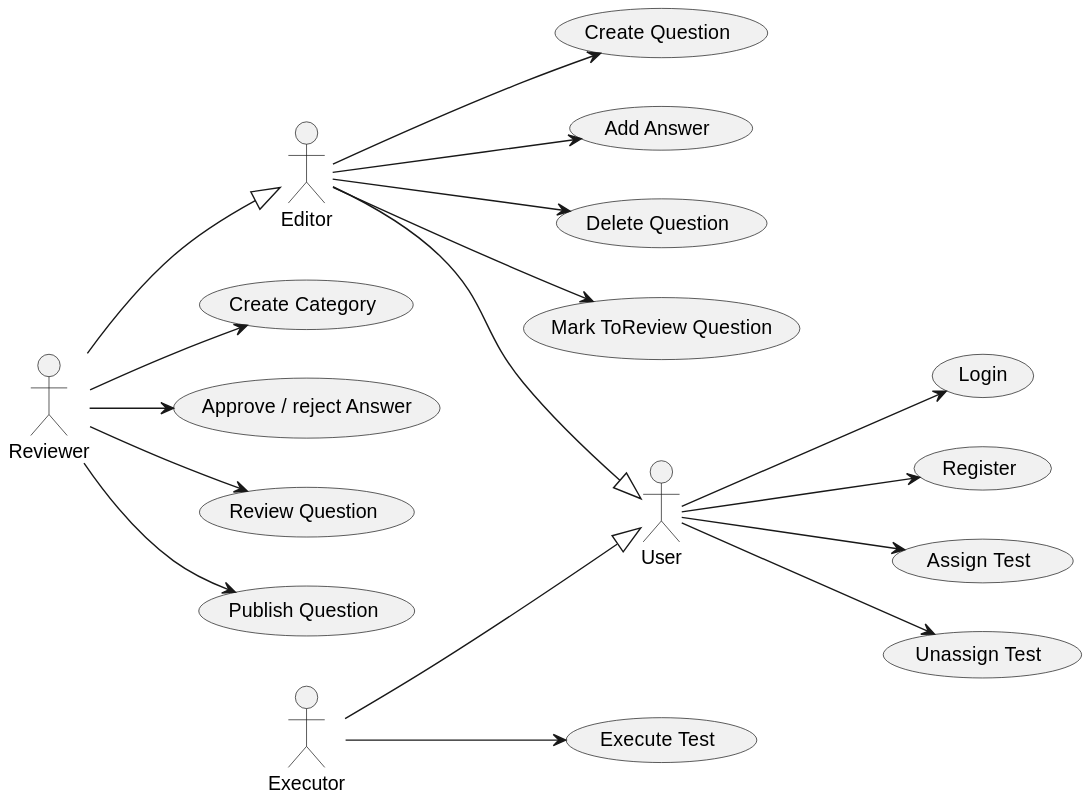
This is out/doc/useCases_app/useCases_app.svg from Joselon/ProyectoOpoTest, a PlantUML export, as it was before one commit.
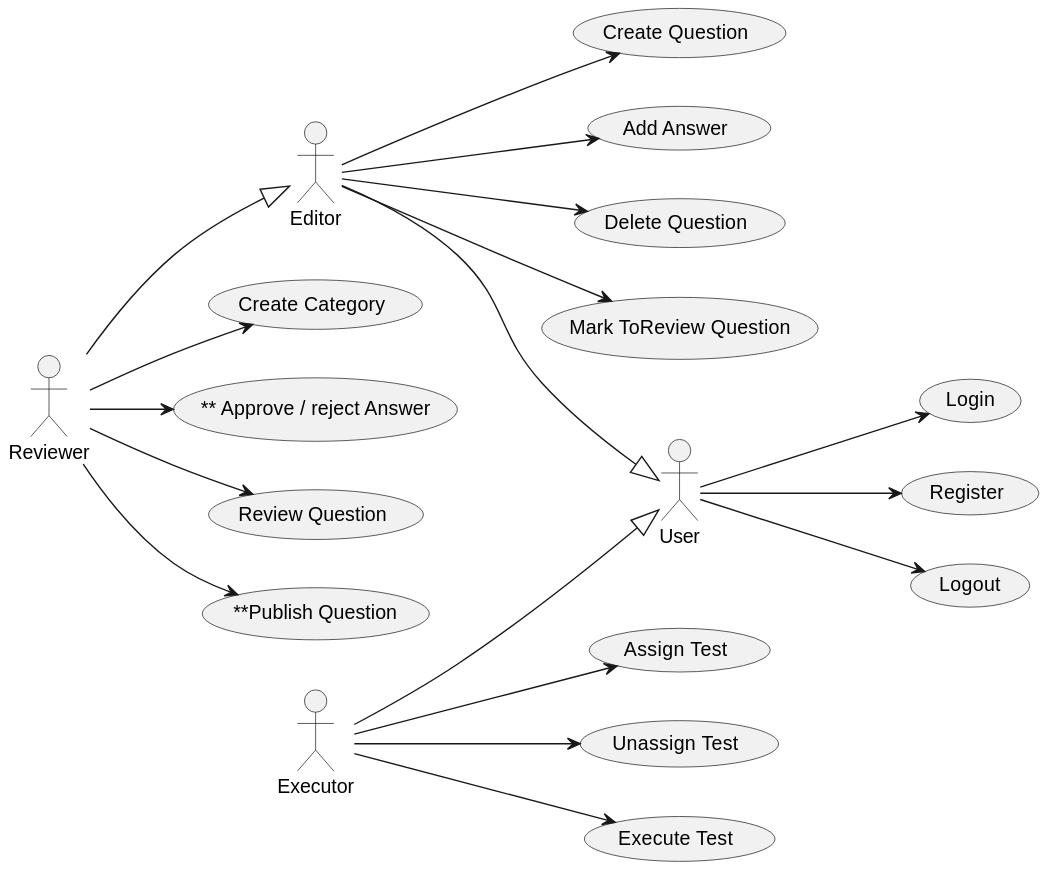
The same file after the commit.

What changed in the source:
```diff
@@ -5,6 +5,7 @@
 actor Reviewer
 usecase "Login" as login
 usecase "Register" as register
+usecase "Logout" as logout
 usecase "Create Question" as createQ
 
 usecase "Add Answer" as addAnswerQ
@@ -16,9 +17,9 @@
 
 usecase "Create Category" as createC
 usecase "Mark ToReview Question" as markQ
-usecase "Approve / reject Answer" as approveRejectA
+usecase "** Approve / reject Answer" as approveRejectA
 usecase "Review Question" as reviewQ
-usecase "Publish Question" as publishQ
+usecase "**Publish Question" as publishQ
 
 Editor --|> User
 Reviewer --|> Editor
@@ -31,8 +32,9 @@
 
 User --> login
 User --> register
-User --> assignT
-User --> unassignT
+User --> logout
+Executor --> assignT
+Executor --> unassignT
 Executor --> execT
 
 Reviewer --> createC
```
